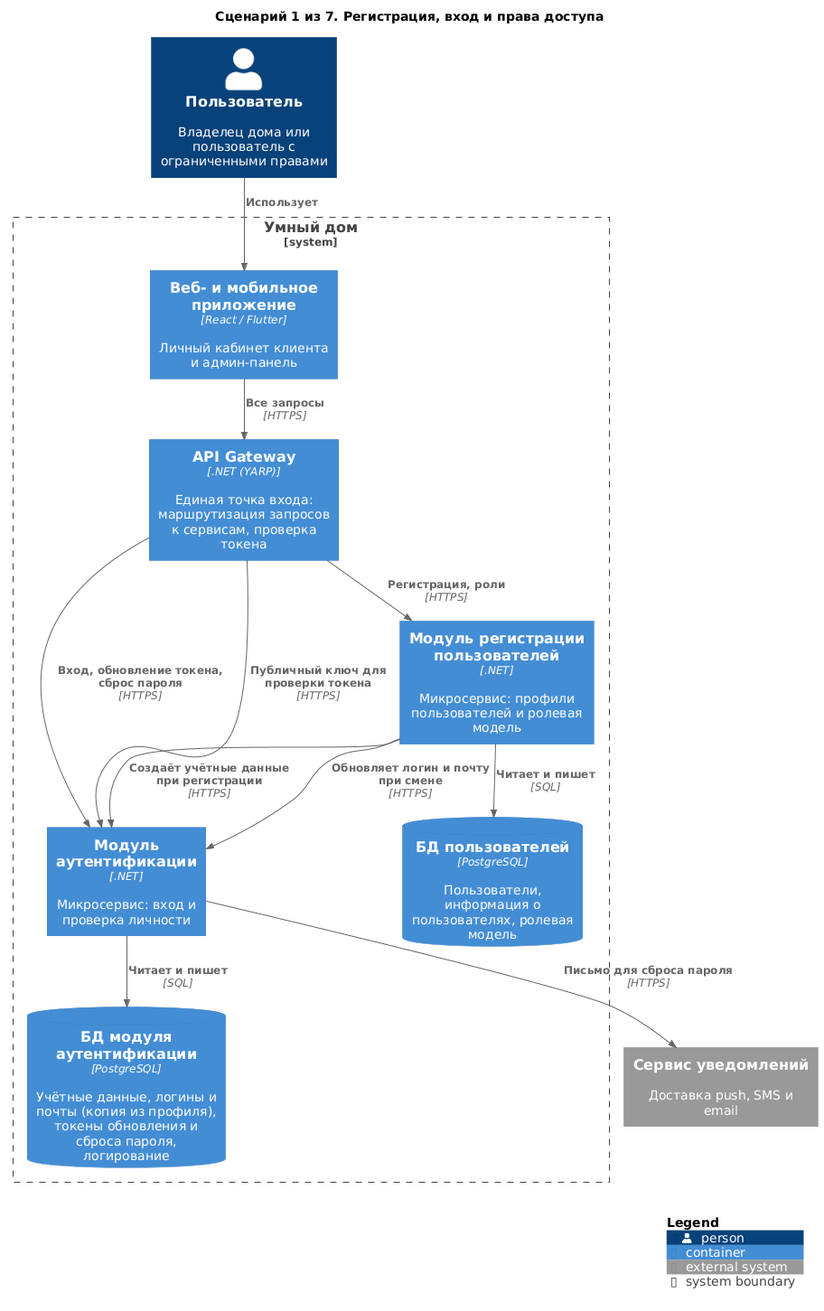
This is diagrams/containers-scenarios/01-registration-and-access.png from Lyamin-av/architecture-warmhouse, a PlantUML export, as it was before one commit.
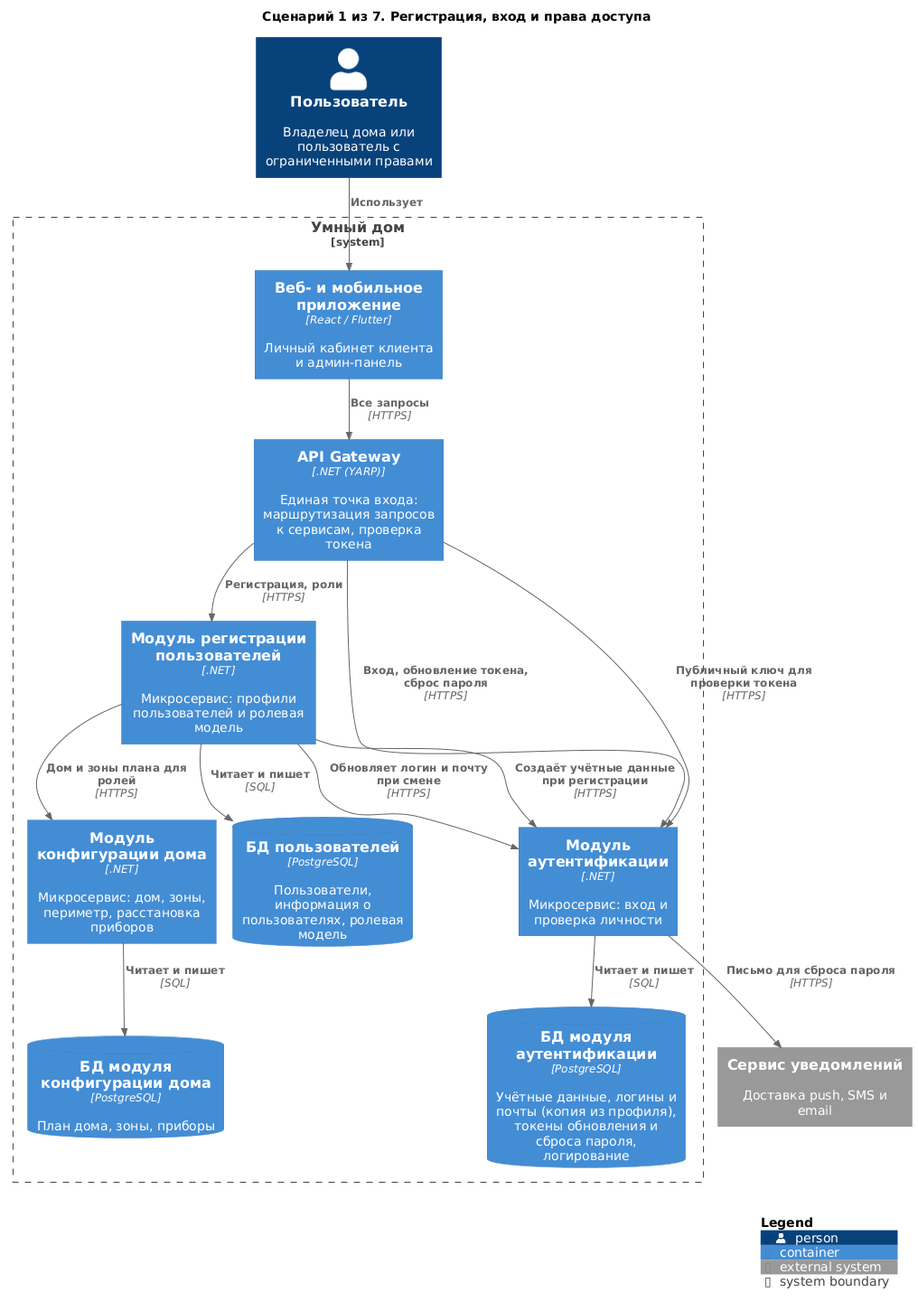
Above is the later version.

Commit message:
Задание 2: компоненты модуля регистрации пользователей, связь с конфигуратором дома

Diff of the diagram source:
```diff
@@ -10,8 +10,10 @@
     Container(Gateway, "API Gateway", ".NET (YARP)", "Единая точка входа: маршрутизация запросов к сервисам, проверка токена")
     Container(Authentication, "Модуль аутентификации", ".NET", "Микросервис: вход и проверка личности")
     Container(Users, "Модуль регистрации пользователей", ".NET", "Микросервис: профили пользователей и ролевая модель")
+    Container(HouseConfigurator, "Модуль конфигурации дома", ".NET", "Микросервис: дом, зоны, периметр, расстановка приборов")
     ContainerDb(dbUsers, "БД пользователей", "PostgreSQL", "Пользователи, информация о пользователях, ролевая модель")
     ContainerDb(dbAuth, "БД модуля аутентификации", "PostgreSQL", "Учётные данные, логины и почты (копия из профиля), токены обновления и сброса пароля, логирование")
+    ContainerDb(dbHC, "БД модуля конфигурации дома", "PostgreSQL", "План дома, зоны, приборы")
 }
 
 System_Ext(notify, "Сервис уведомлений", "Доставка push, SMS и email")
@@ -28,6 +30,8 @@
 Rel(Users, dbUsers, "Читает и пишет", "SQL")
 Rel(Authentication, notify, "Письмо для сброса пароля", "HTTPS")
 Rel(Authentication, dbAuth, "Читает и пишет", "SQL")
+Rel(Users, HouseConfigurator, "Дом и зоны плана для ролей", "HTTPS")
+Rel(HouseConfigurator, dbHC, "Читает и пишет", "SQL")
 
 SHOW_LEGEND()
 @enduml
```
